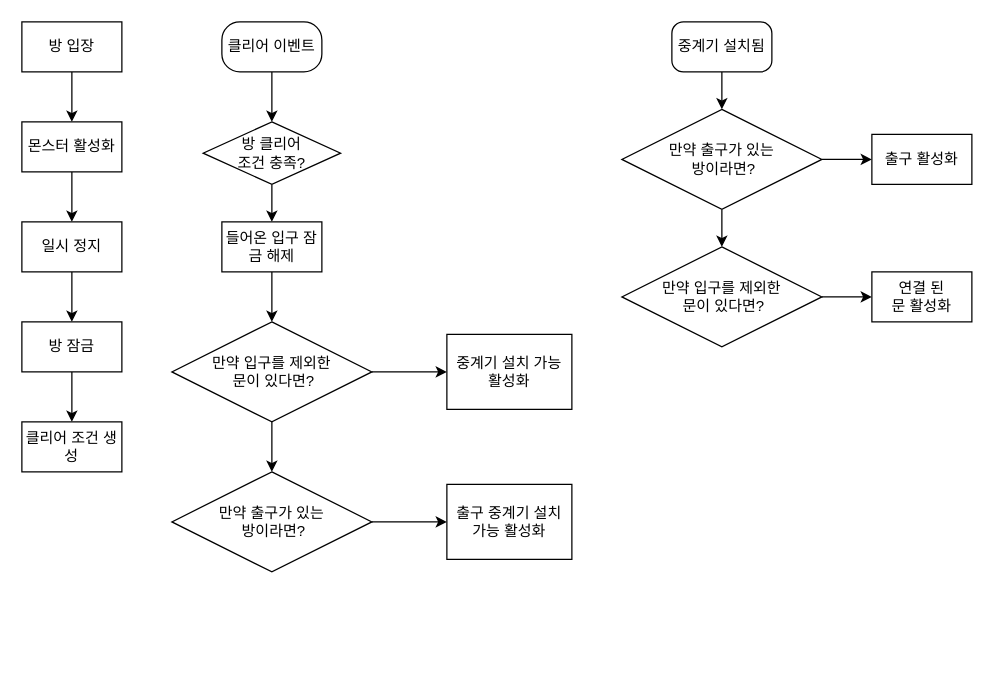
Above: page "전투" (7 of 9) of UnderTheVoid.drawio in Vu1pecu1a/UnderTheVoid (draw.io), before the change. Source tidied: cells renumbered, new cells numbered last; positions are measured from the earlier drawing's top-left corner, leaving out a move shared by most shapes. Both pictures are drawn from the tidied source at 125%, with x=0, y=0 at pixel (21, 21).
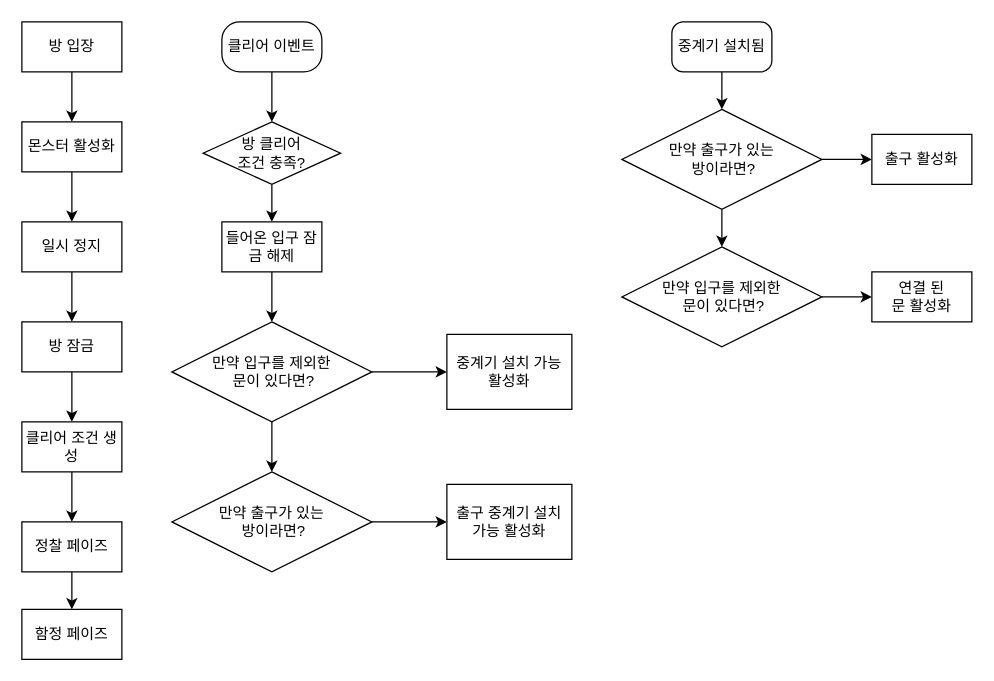
Above is the later version.

Unchanged cells that the change refers to:
```xml
<mxCell id="23" value="클리어 조건 생성" style="rounded=0;whiteSpace=wrap;html=1;" parent="1" vertex="1">
  <mxGeometry y="320" width="80" height="40" as="geometry" />
</mxCell>
```

Change to the diagram source:
```diff
@@
+    <mxCell id="33" style="edgeStyle=orthogonalEdgeStyle;rounded=0;jettySize=auto;html=1;" parent="1" edge="1" source="23" target="35">
+      <mxGeometry relative="1" as="geometry" />
+    </mxCell>
@@
+    <mxCell id="34" style="edgeStyle=orthogonalEdgeStyle;rounded=0;jettySize=auto;html=1;" parent="1" edge="1" source="35" target="36">
+      <mxGeometry relative="1" as="geometry" />
+    </mxCell>
+    <mxCell id="35" value="정찰 페이즈" style="whiteSpace=wrap;html=1;rounded=0;" parent="1" vertex="1">
+      <mxGeometry y="400" width="80" height="40" as="geometry" />
+    </mxCell>
+    <mxCell id="36" value="함정 페이즈" style="whiteSpace=wrap;html=1;rounded=0;" parent="1" vertex="1">
+      <mxGeometry y="470" width="80" height="40" as="geometry" />
+    </mxCell>
```
